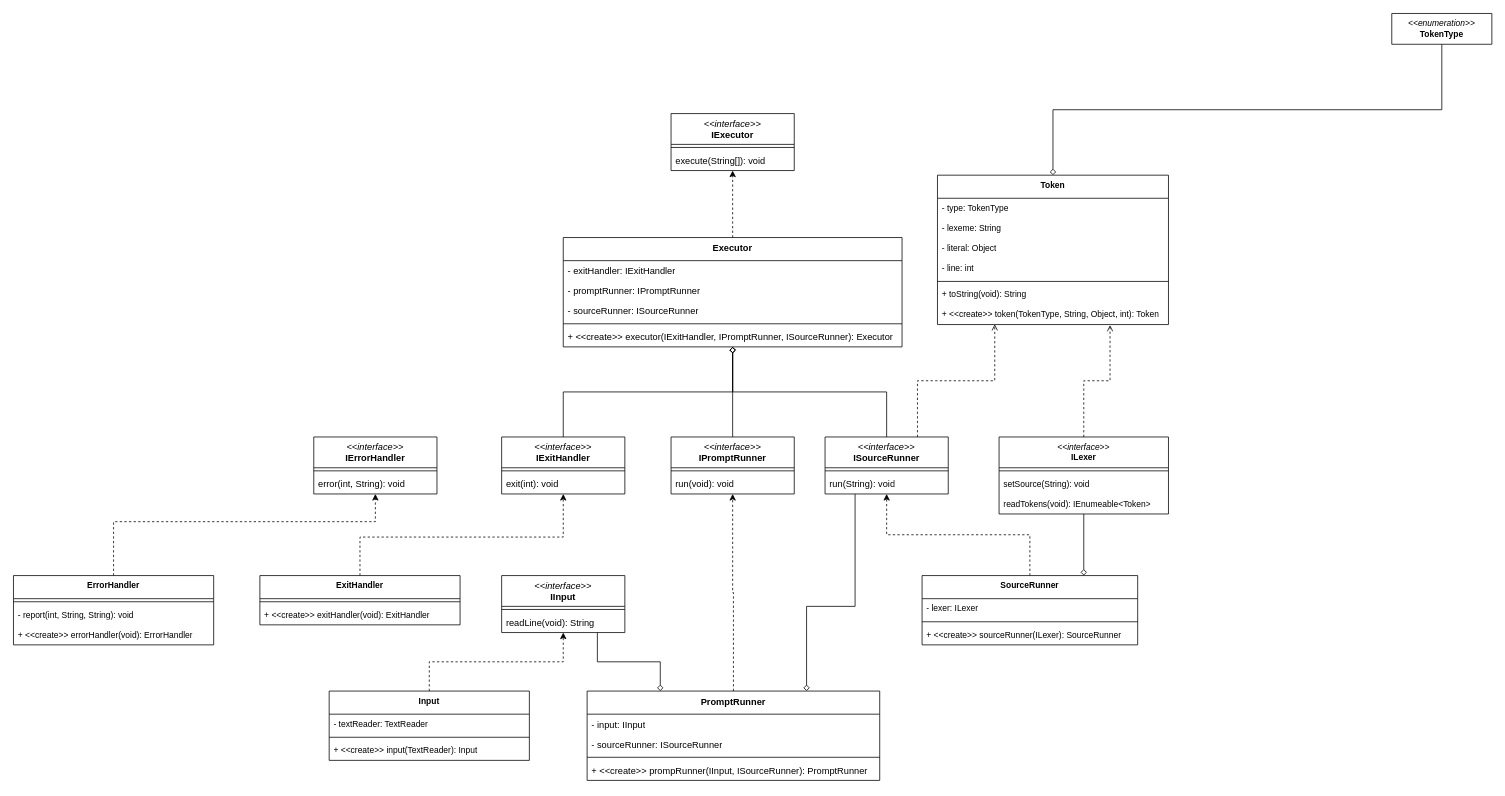
The draw.io diagram cslox/doc/uml-class-diagram.drawio in sradms0/lox, before the edit. Source tidied: cells renumbered, new cells numbered last; positions are measured from the earlier drawing's top-left corner, leaving out a move shared by most shapes. Both pictures are drawn from the tidied source at 77%, with x=0, y=0 at pixel (13, 13).
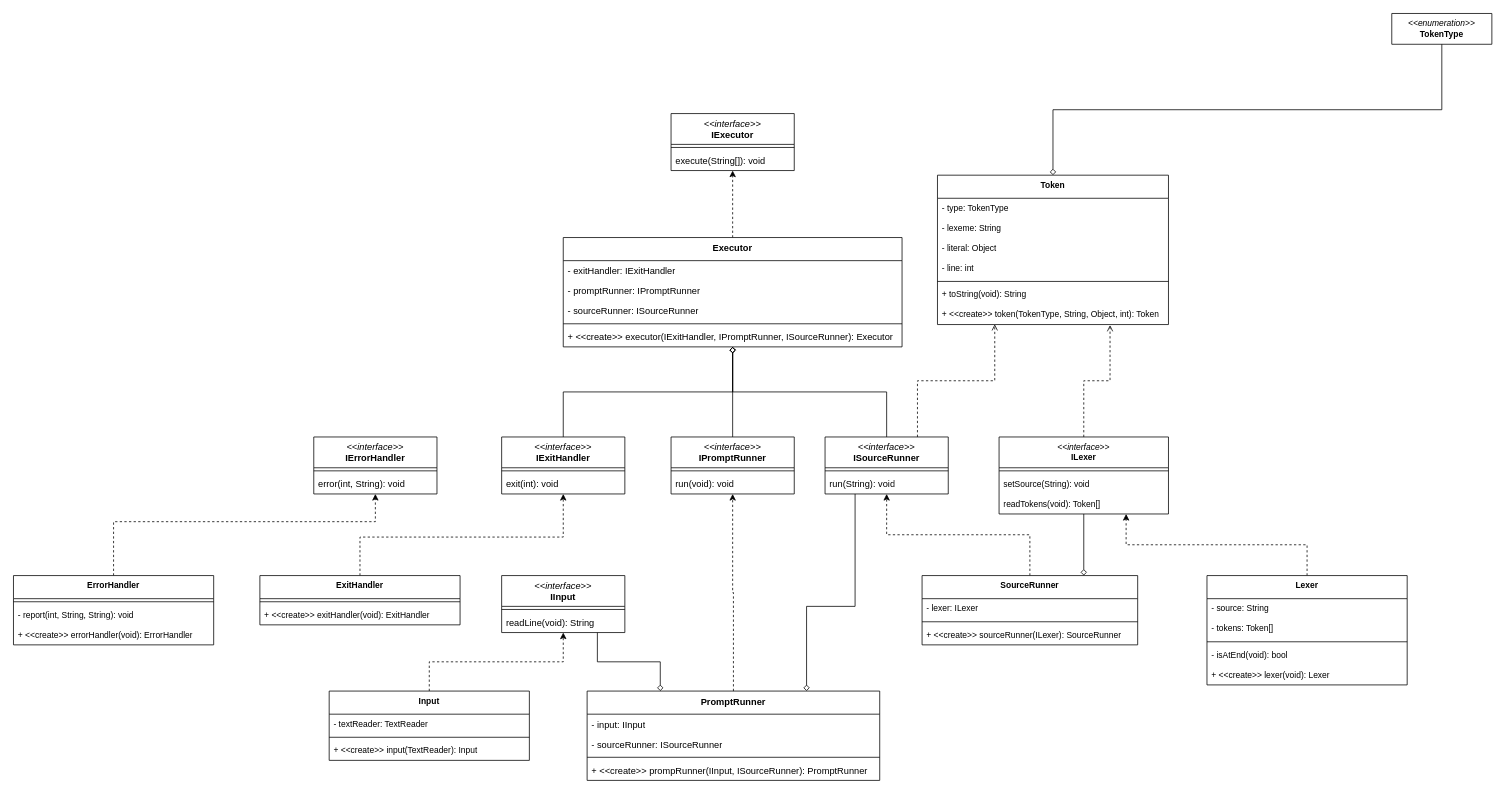
After the change.

Commit message (it also covers changes not shown here):
4.4: Add Lexer ILexer implementation unit test (fail).

Unchanged cells that the change refers to:
```xml
<mxCell id="53" value="&lt;span style=&quot;font-weight: normal;&quot;&gt;&lt;i&gt;&amp;lt;&amp;lt;interface&amp;gt;&amp;gt;&lt;/i&gt;&lt;/span&gt;&lt;div&gt;ILexer&lt;/div&gt;" style="swimlane;fontStyle=1;align=center;verticalAlign=top;horizontal=1;startSize=40;whiteSpace=wrap;html=1;fontFamily=Helvetica;fontSize=11;fontColor=default;labelBackgroundColor=default;" parent="1" vertex="1">
  <mxGeometry x="1280" y="550" width="220" height="100" as="geometry" />
</mxCell>
```

The edit, as a diff of the source:
```diff
@@
-    <mxCell id="56" value="readTokens(void): IEnumeable&amp;lt;Token&amp;gt;" style="text;strokeColor=none;fillColor=none;align=left;verticalAlign=top;spacingLeft=4;spacingRight=4;overflow=hidden;whiteSpace=wrap;html=1;fontFamily=Helvetica;fontSize=11;fontColor=default;labelBackgroundColor=default;" parent="53" vertex="1">
+    <mxCell id="56" value="readTokens(void): Token[]" style="text;strokeColor=none;fillColor=none;align=left;verticalAlign=top;spacingLeft=4;spacingRight=4;overflow=hidden;whiteSpace=wrap;html=1;fontFamily=Helvetica;fontSize=11;fontColor=default;labelBackgroundColor=default;" parent="53" vertex="1">
       <mxGeometry y="74" width="220" height="26" as="geometry" />
     </mxCell>
@@
+    <mxCell id="75" style="edgeStyle=orthogonalEdgeStyle;shape=connector;rounded=0;jettySize=auto;html=1;dashed=1;strokeColor=default;align=center;verticalAlign=middle;fontFamily=Helvetica;fontSize=11;fontColor=default;labelBackgroundColor=default;endArrow=classic;endFill=1;" parent="1" edge="1" source="76" target="53">
+      <mxGeometry relative="1" as="geometry">
+        <Array as="points">
+          <mxPoint x="1680" y="690" />
+          <mxPoint x="1445" y="690" />
+        </Array>
+      </mxGeometry>
+    </mxCell>
+    <mxCell id="76" value="Lexer" style="swimlane;fontStyle=1;align=center;verticalAlign=top;horizontal=1;startSize=30;whiteSpace=wrap;html=1;fontFamily=Helvetica;fontSize=11;fontColor=default;labelBackgroundColor=default;" parent="1" vertex="1">
+      <mxGeometry x="1550" y="730" width="260" height="142" as="geometry" />
+    </mxCell>
+    <mxCell id="77" value="- source: String" style="text;strokeColor=none;fillColor=none;align=left;verticalAlign=top;spacingLeft=4;spacingRight=4;overflow=hidden;whiteSpace=wrap;html=1;fontFamily=Helvetica;fontSize=11;fontColor=default;labelBackgroundColor=default;" parent="76" vertex="1">
+      <mxGeometry y="30" width="260" height="26" as="geometry" />
+    </mxCell>
+    <mxCell id="78" value="- tokens: Token[]" style="text;strokeColor=none;fillColor=none;align=left;verticalAlign=top;spacingLeft=4;spacingRight=4;overflow=hidden;whiteSpace=wrap;html=1;fontFamily=Helvetica;fontSize=11;fontColor=default;labelBackgroundColor=default;" parent="76" vertex="1">
+      <mxGeometry y="56" width="260" height="26" as="geometry" />
+    </mxCell>
+    <mxCell id="79" style="line;strokeWidth=1;fillColor=none;align=left;verticalAlign=middle;spacingTop=-1;spacingLeft=3;spacingRight=3;labelPosition=right;strokeColor=inherit;fontFamily=Helvetica;fontSize=11;fontColor=default;labelBackgroundColor=default;" parent="76" vertex="1">
+      <mxGeometry y="82" width="260" height="8" as="geometry" />
+    </mxCell>
+    <mxCell id="80" value="- isAtEnd(void): bool" style="text;strokeColor=none;fillColor=none;align=left;verticalAlign=top;spacingLeft=4;spacingRight=4;overflow=hidden;whiteSpace=wrap;html=1;fontFamily=Helvetica;fontSize=11;fontColor=default;labelBackgroundColor=default;" parent="76" vertex="1">
+      <mxGeometry y="90" width="260" height="26" as="geometry" />
+    </mxCell>
+    <mxCell id="81" value="+ &amp;lt;&amp;lt;create&amp;gt;&amp;gt; lexer(void): Lexer" style="text;strokeColor=none;fillColor=none;align=left;verticalAlign=top;spacingLeft=4;spacingRight=4;overflow=hidden;whiteSpace=wrap;html=1;fontFamily=Helvetica;fontSize=11;fontColor=default;labelBackgroundColor=default;" parent="76" vertex="1">
+      <mxGeometry y="116" width="260" height="26" as="geometry" />
+    </mxCell>
```
